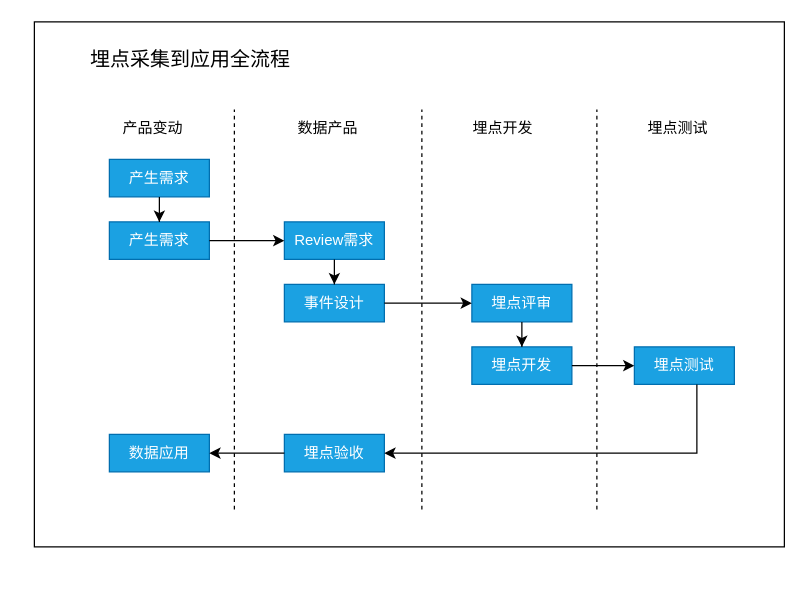
This is DataPM/时序图.drawio from jinsoft/draw, a draw.io file, before an edit. Source tidied: cells renumbered, new cells numbered last; positions are measured from the earlier drawing's top-left corner, leaving out a move shared by most shapes. Both pictures are drawn from the tidied source at 125%, with x=0, y=0 at pixel (34, 21).
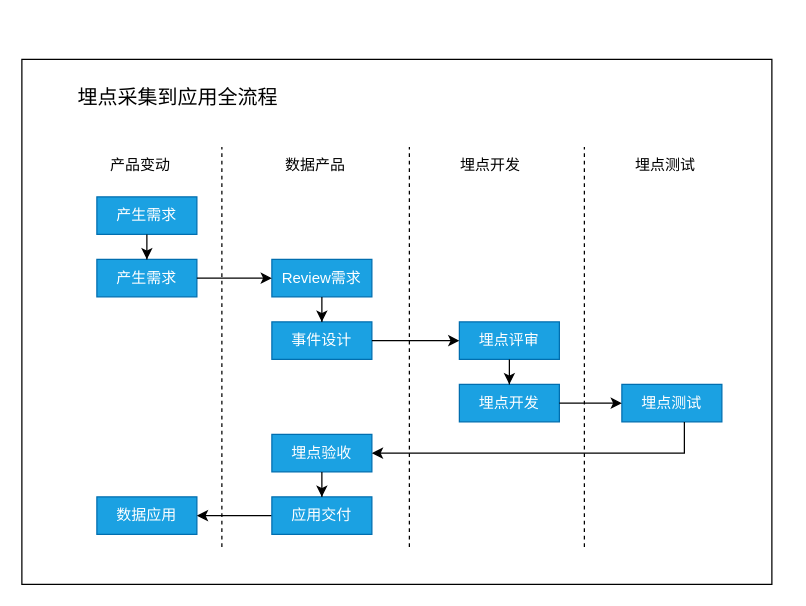
The same page after the edit.

Commit message:
更新时序图.drawio

What changed in the source:
```diff
@@
-    <mxCell id="2" style="group;" parent="1" vertex="1">
-      <mxGeometry width="600" height="420" as="geometry" />
-    </mxCell>
+    <mxCell id="29" style="group;" parent="1" vertex="1">
+      <mxGeometry x="-10" y="30" width="600" height="420" as="geometry" />
+    </mxCell>
-    <mxCell id="3" style="rounded=0;whiteSpace=wrap;html=1;" parent="2" vertex="1">
+    <mxCell id="3" style="rounded=0;whiteSpace=wrap;html=1;" parent="29" vertex="1">
       <mxGeometry width="600" height="420" as="geometry" />
     </mxCell>
-    <mxCell id="4" value="产品变动" style="text;html=1;strokeColor=none;fillColor=none;align=center;verticalAlign=middle;whiteSpace=wrap;rounded=0;" parent="2" vertex="1">
+    <mxCell id="4" value="产品变动" style="text;html=1;strokeColor=none;fillColor=none;align=center;verticalAlign=middle;whiteSpace=wrap;rounded=0;" parent="29" vertex="1">
       <mxGeometry x="60" y="70" width="70" height="30" as="geometry" />
     </mxCell>
-    <mxCell id="5" value="数据产品" style="text;html=1;strokeColor=none;fillColor=none;align=center;verticalAlign=middle;whiteSpace=wrap;rounded=0;" parent="2" vertex="1">
+    <mxCell id="5" value="数据产品" style="text;html=1;strokeColor=none;fillColor=none;align=center;verticalAlign=middle;whiteSpace=wrap;rounded=0;" parent="29" vertex="1">
       <mxGeometry x="200" y="70" width="70" height="30" as="geometry" />
     </mxCell>
-    <mxCell id="6" value="埋点测试" style="text;html=1;strokeColor=none;fillColor=none;align=center;verticalAlign=middle;whiteSpace=wrap;rounded=0;" parent="2" vertex="1">
+    <mxCell id="6" value="埋点测试" style="text;html=1;strokeColor=none;fillColor=none;align=center;verticalAlign=middle;whiteSpace=wrap;rounded=0;" parent="29" vertex="1">
       <mxGeometry x="480" y="70" width="70" height="30" as="geometry" />
     </mxCell>
-    <mxCell id="7" value="埋点开发" style="text;html=1;strokeColor=none;fillColor=none;align=center;verticalAlign=middle;whiteSpace=wrap;rounded=0;" parent="2" vertex="1">
+    <mxCell id="7" value="埋点开发" style="text;html=1;strokeColor=none;fillColor=none;align=center;verticalAlign=middle;whiteSpace=wrap;rounded=0;" parent="29" vertex="1">
       <mxGeometry x="340" y="70" width="70" height="30" as="geometry" />
     </mxCell>
-    <mxCell id="8" style="endArrow=none;dashed=1;html=1;" parent="2" edge="1">
-      <mxGeometry relative="1" as="geometry">
+    <mxCell id="8" style="endArrow=none;dashed=1;html=1;" parent="29" edge="1">
+      <mxGeometry as="geometry">
         <mxPoint x="160" y="390" as="sourcePoint" />
         <mxPoint x="160" y="70" as="targetPoint" />
       </mxGeometry>
     </mxCell>
-    <mxCell id="9" style="endArrow=none;dashed=1;html=1;" parent="2" edge="1">
-      <mxGeometry relative="1" as="geometry">
+    <mxCell id="9" style="endArrow=none;dashed=1;html=1;" parent="29" edge="1">
+      <mxGeometry as="geometry">
         <mxPoint x="310" y="390" as="sourcePoint" />
         <mxPoint x="310" y="70" as="targetPoint" />
       </mxGeometry>
     </mxCell>
-    <mxCell id="10" style="endArrow=none;dashed=1;html=1;" parent="2" edge="1">
-      <mxGeometry relative="1" as="geometry">
+    <mxCell id="10" style="endArrow=none;dashed=1;html=1;" parent="29" edge="1">
+      <mxGeometry as="geometry">
         <mxPoint x="450" y="390" as="sourcePoint" />
         <mxPoint x="450" y="70" as="targetPoint" />
       </mxGeometry>
     </mxCell>
-    <mxCell id="11" value="产生需求" style="rounded=0;whiteSpace=wrap;html=1;fillColor=#1ba1e2;strokeColor=#006EAF;fontColor=#ffffff;" parent="2" vertex="1">
+    <mxCell id="11" value="产生需求" style="rounded=0;whiteSpace=wrap;html=1;fillColor=#1ba1e2;strokeColor=#006EAF;fontColor=#ffffff;" parent="29" vertex="1">
       <mxGeometry x="60" y="110" width="80" height="30" as="geometry" />
     </mxCell>
-    <mxCell id="12" value="产生需求" style="rounded=0;whiteSpace=wrap;html=1;fillColor=#1ba1e2;strokeColor=#006EAF;fontColor=#ffffff;" parent="2" vertex="1">
+    <mxCell id="12" value="产生需求" style="rounded=0;whiteSpace=wrap;html=1;fillColor=#1ba1e2;strokeColor=#006EAF;fontColor=#ffffff;" parent="29" vertex="1">
       <mxGeometry x="60" y="160" width="80" height="30" as="geometry" />
     </mxCell>
-    <mxCell id="13" style="edgeStyle=orthogonalEdgeStyle;rounded=0;jettySize=auto;html=1;" parent="2" edge="1" source="11" target="12">
-      <mxGeometry relative="1" as="geometry" />
+    <mxCell id="13" style="edgeStyle=orthogonalEdgeStyle;rounded=0;jettySize=auto;html=1;" parent="29" edge="1" source="11" target="12">
+      <mxGeometry as="geometry" />
     </mxCell>
-    <mxCell id="14" value="Review需求&lt;br&gt;" style="rounded=0;whiteSpace=wrap;html=1;fillColor=#1ba1e2;strokeColor=#006EAF;fontColor=#ffffff;" parent="2" vertex="1">
+    <mxCell id="14" value="Review需求&lt;br&gt;" style="rounded=0;whiteSpace=wrap;html=1;fillColor=#1ba1e2;strokeColor=#006EAF;fontColor=#ffffff;" parent="29" vertex="1">
       <mxGeometry x="200" y="160" width="80" height="30" as="geometry" />
     </mxCell>
-    <mxCell id="15" style="edgeStyle=orthogonalEdgeStyle;rounded=0;jettySize=auto;html=1;" parent="2" edge="1" source="12" target="14">
-      <mxGeometry relative="1" as="geometry" />
+    <mxCell id="15" style="edgeStyle=orthogonalEdgeStyle;rounded=0;jettySize=auto;html=1;" parent="29" edge="1" source="12" target="14">
+      <mxGeometry as="geometry" />
     </mxCell>
-    <mxCell id="16" value="事件设计" style="rounded=0;whiteSpace=wrap;html=1;fillColor=#1ba1e2;strokeColor=#006EAF;fontColor=#ffffff;" parent="2" vertex="1">
+    <mxCell id="16" value="事件设计" style="rounded=0;whiteSpace=wrap;html=1;fillColor=#1ba1e2;strokeColor=#006EAF;fontColor=#ffffff;" parent="29" vertex="1">
       <mxGeometry x="200" y="210" width="80" height="30" as="geometry" />
     </mxCell>
-    <mxCell id="17" style="edgeStyle=orthogonalEdgeStyle;rounded=0;jettySize=auto;html=1;" parent="2" edge="1" source="14" target="16">
-      <mxGeometry relative="1" as="geometry" />
+    <mxCell id="17" style="edgeStyle=orthogonalEdgeStyle;rounded=0;jettySize=auto;html=1;" parent="29" edge="1" source="14" target="16">
+      <mxGeometry as="geometry" />
     </mxCell>
-    <mxCell id="18" value="埋点评审" style="rounded=0;whiteSpace=wrap;html=1;fillColor=#1ba1e2;strokeColor=#006EAF;fontColor=#ffffff;" parent="2" vertex="1">
+    <mxCell id="18" value="埋点评审" style="rounded=0;whiteSpace=wrap;html=1;fillColor=#1ba1e2;strokeColor=#006EAF;fontColor=#ffffff;" parent="29" vertex="1">
       <mxGeometry x="350" y="210" width="80" height="30" as="geometry" />
     </mxCell>
-    <mxCell id="19" style="edgeStyle=orthogonalEdgeStyle;rounded=0;jettySize=auto;html=1;" parent="2" edge="1" source="16" target="18">
-      <mxGeometry relative="1" as="geometry" />
+    <mxCell id="19" style="edgeStyle=orthogonalEdgeStyle;rounded=0;jettySize=auto;html=1;" parent="29" edge="1" source="16" target="18">
+      <mxGeometry as="geometry" />
     </mxCell>
-    <mxCell id="20" value="埋点开发" style="rounded=0;whiteSpace=wrap;html=1;fillColor=#1ba1e2;strokeColor=#006EAF;fontColor=#ffffff;" parent="2" vertex="1">
+    <mxCell id="20" value="埋点开发" style="rounded=0;whiteSpace=wrap;html=1;fillColor=#1ba1e2;strokeColor=#006EAF;fontColor=#ffffff;" parent="29" vertex="1">
       <mxGeometry x="350" y="260" width="80" height="30" as="geometry" />
     </mxCell>
-    <mxCell id="21" style="edgeStyle=orthogonalEdgeStyle;rounded=0;jettySize=auto;html=1;" parent="2" edge="1" source="18" target="20">
-      <mxGeometry relative="1" as="geometry" />
+    <mxCell id="21" style="edgeStyle=orthogonalEdgeStyle;rounded=0;jettySize=auto;html=1;" parent="29" edge="1" source="18" target="20">
+      <mxGeometry as="geometry" />
     </mxCell>
-    <mxCell id="22" value="埋点测试" style="rounded=0;whiteSpace=wrap;html=1;fillColor=#1ba1e2;strokeColor=#006EAF;fontColor=#ffffff;" parent="2" vertex="1">
+    <mxCell id="22" value="埋点测试" style="rounded=0;whiteSpace=wrap;html=1;fillColor=#1ba1e2;strokeColor=#006EAF;fontColor=#ffffff;" parent="29" vertex="1">
       <mxGeometry x="480" y="260" width="80" height="30" as="geometry" />
     </mxCell>
-    <mxCell id="23" style="edgeStyle=orthogonalEdgeStyle;rounded=0;jettySize=auto;html=1;" parent="2" edge="1" source="20" target="22">
-      <mxGeometry relative="1" as="geometry" />
+    <mxCell id="23" style="edgeStyle=orthogonalEdgeStyle;rounded=0;jettySize=auto;html=1;" parent="29" edge="1" source="20" target="22">
+      <mxGeometry as="geometry" />
     </mxCell>
-    <mxCell id="24" value="埋点验收" style="rounded=0;whiteSpace=wrap;html=1;fillColor=#1ba1e2;strokeColor=#006EAF;fontColor=#ffffff;" parent="2" vertex="1">
-      <mxGeometry x="200" y="330" width="80" height="30" as="geometry" />
+    <mxCell id="24" value="埋点验收" style="rounded=0;whiteSpace=wrap;html=1;fillColor=#1ba1e2;strokeColor=#006EAF;fontColor=#ffffff;" parent="29" vertex="1">
+      <mxGeometry x="200" y="300" width="80" height="30" as="geometry" />
     </mxCell>
-    <mxCell id="25" style="edgeStyle=orthogonalEdgeStyle;rounded=0;jettySize=auto;html=1;" parent="2" edge="1" source="22" target="24">
-      <mxGeometry relative="1" as="geometry">
+    <mxCell id="25" style="edgeStyle=orthogonalEdgeStyle;rounded=0;jettySize=auto;html=1;" parent="29" edge="1" source="22" target="24">
+      <mxGeometry as="geometry">
         <Array as="points">
-          <mxPoint x="530" y="345" />
+          <mxPoint x="530" y="315" />
         </Array>
       </mxGeometry>
     </mxCell>
-    <mxCell id="26" value="数据应用" style="rounded=0;whiteSpace=wrap;html=1;fillColor=#1ba1e2;strokeColor=#006EAF;fontColor=#ffffff;" parent="2" vertex="1">
-      <mxGeometry x="60" y="330" width="80" height="30" as="geometry" />
+    <mxCell id="26" value="数据应用" style="rounded=0;whiteSpace=wrap;html=1;fillColor=#1ba1e2;strokeColor=#006EAF;fontColor=#ffffff;" parent="29" vertex="1">
+      <mxGeometry x="60" y="350" width="80" height="30" as="geometry" />
     </mxCell>
-    <mxCell id="27" style="edgeStyle=orthogonalEdgeStyle;rounded=0;jettySize=auto;html=1;" parent="2" edge="1" source="24" target="26">
-      <mxGeometry relative="1" as="geometry" />
+    <mxCell id="27" style="edgeStyle=orthogonalEdgeStyle;rounded=0;jettySize=auto;html=1;" parent="29" edge="1" source="30" target="26">
+      <mxGeometry as="geometry" />
     </mxCell>
-    <mxCell id="28" value="&lt;font style=&quot;font-size: 16px&quot;&gt;埋点采集到应用全流程&lt;/font&gt;" style="text;html=1;strokeColor=none;fillColor=none;align=center;verticalAlign=middle;whiteSpace=wrap;rounded=0;" parent="2" vertex="1">
+    <mxCell id="28" value="&lt;font style=&quot;font-size: 16px&quot;&gt;埋点采集到应用全流程&lt;/font&gt;" style="text;html=1;strokeColor=none;fillColor=none;align=center;verticalAlign=middle;whiteSpace=wrap;rounded=0;" parent="29" vertex="1">
       <mxGeometry x="40" y="20" width="170" height="20" as="geometry" />
     </mxCell>
+    <mxCell id="30" value="应用交付" style="rounded=0;whiteSpace=wrap;html=1;fillColor=#1ba1e2;strokeColor=#006EAF;fontColor=#ffffff;" parent="29" vertex="1">
+      <mxGeometry x="200" y="350" width="80" height="30" as="geometry" />
+    </mxCell>
+    <mxCell id="31" style="edgeStyle=orthogonalEdgeStyle;rounded=0;jettySize=auto;html=1;" parent="29" edge="1" source="24" target="30">
+      <mxGeometry relative="1" as="geometry" />
+    </mxCell>
```
